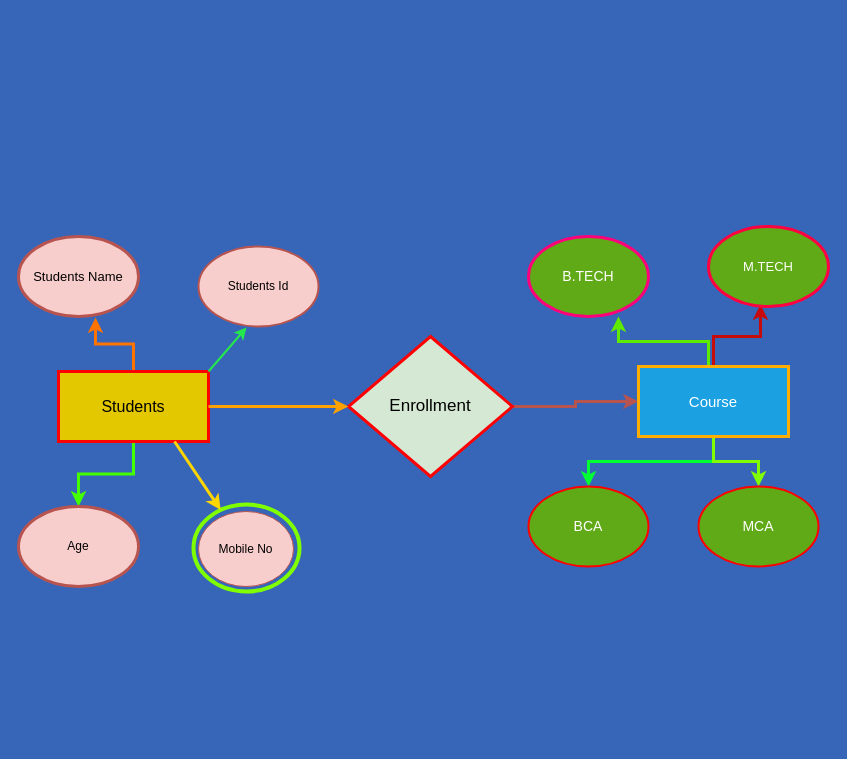
This is Untitled Diagram.drawio from sauravsinha239/ERModel, a draw.io file, before an edit. Source tidied: cells renumbered, new cells numbered last; positions are measured from the earlier drawing's top-left corner, leaving out a move shared by most shapes. Both pictures are drawn from the tidied source at 100%, with x=0, y=0 at pixel (18, 226).
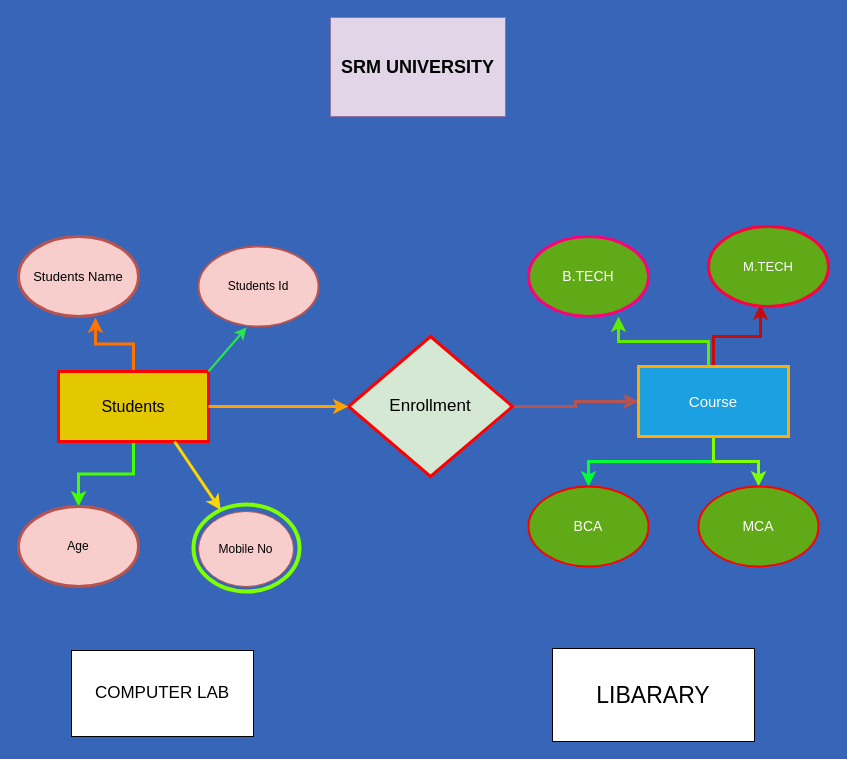
The same page after the edit.

The edit, as a diff of the source:
```diff
@@
+    <mxCell id="24" value="&lt;font style=&quot;font-size: 18px;&quot;&gt;&lt;b&gt;SRM UNIVERSITY&lt;/b&gt;&lt;/font&gt;" style="rounded=0;whiteSpace=wrap;html=1;fillColor=#e1d5e7;strokeColor=#9673a6;" parent="1" vertex="1">
+      <mxGeometry x="312" y="-209" width="175" height="99" as="geometry" />
+    </mxCell>
+    <mxCell id="25" value="&lt;font style=&quot;font-size: 23px;&quot;&gt;LIBARARY&lt;/font&gt;" style="rounded=0;whiteSpace=wrap;html=1;" parent="1" vertex="1">
+      <mxGeometry x="534" y="422" width="202" height="93" as="geometry" />
+    </mxCell>
+    <mxCell id="26" value="&lt;font style=&quot;font-size: 17px;&quot;&gt;COMPUTER LAB&lt;/font&gt;" style="rounded=0;whiteSpace=wrap;html=1;" parent="1" vertex="1">
+      <mxGeometry x="53" y="424" width="182" height="86" as="geometry" />
+    </mxCell>
```
